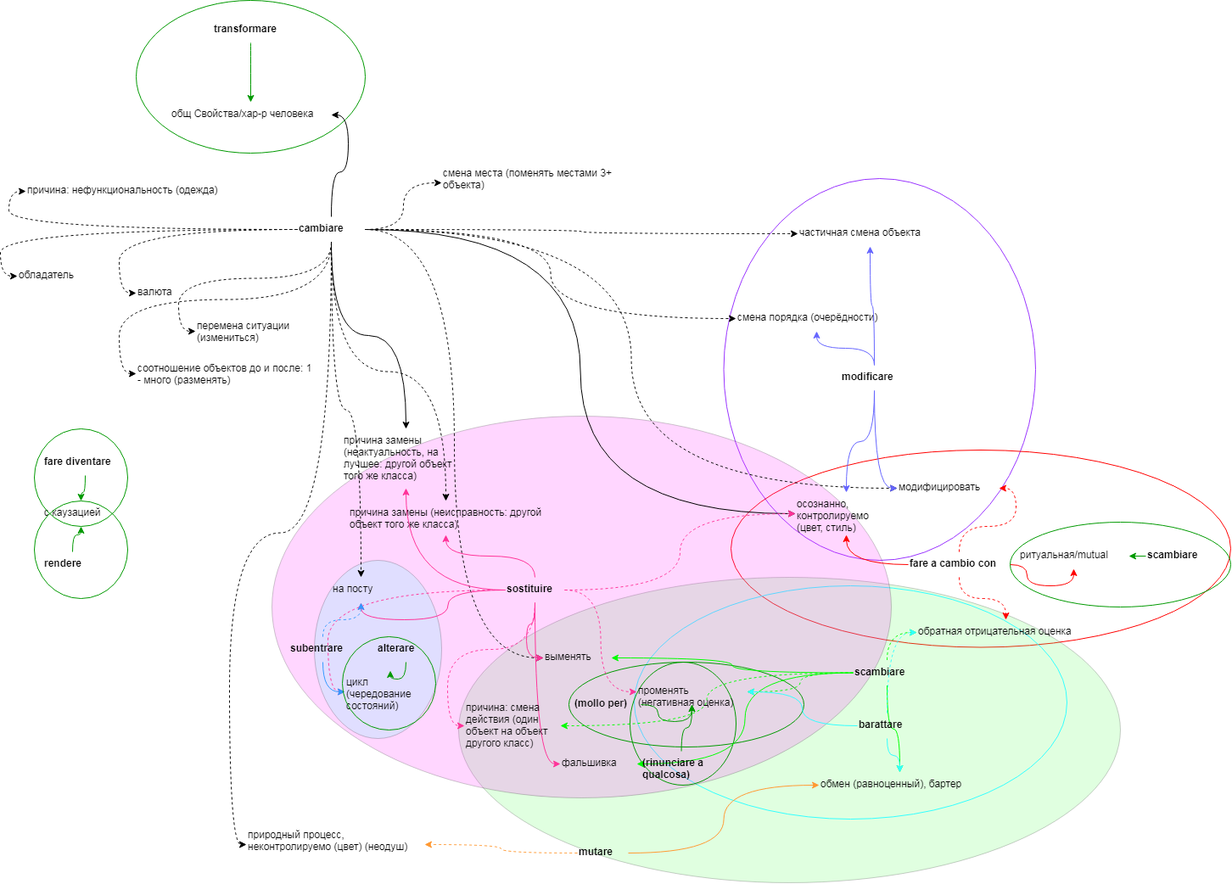
Earlier version of the draw.io export обмен333.png (JanaKoko/try). Source tidied: cells renumbered, new cells last; positions are measured from the earlier drawing's top-left corner, leaving out a move shared by most shapes.
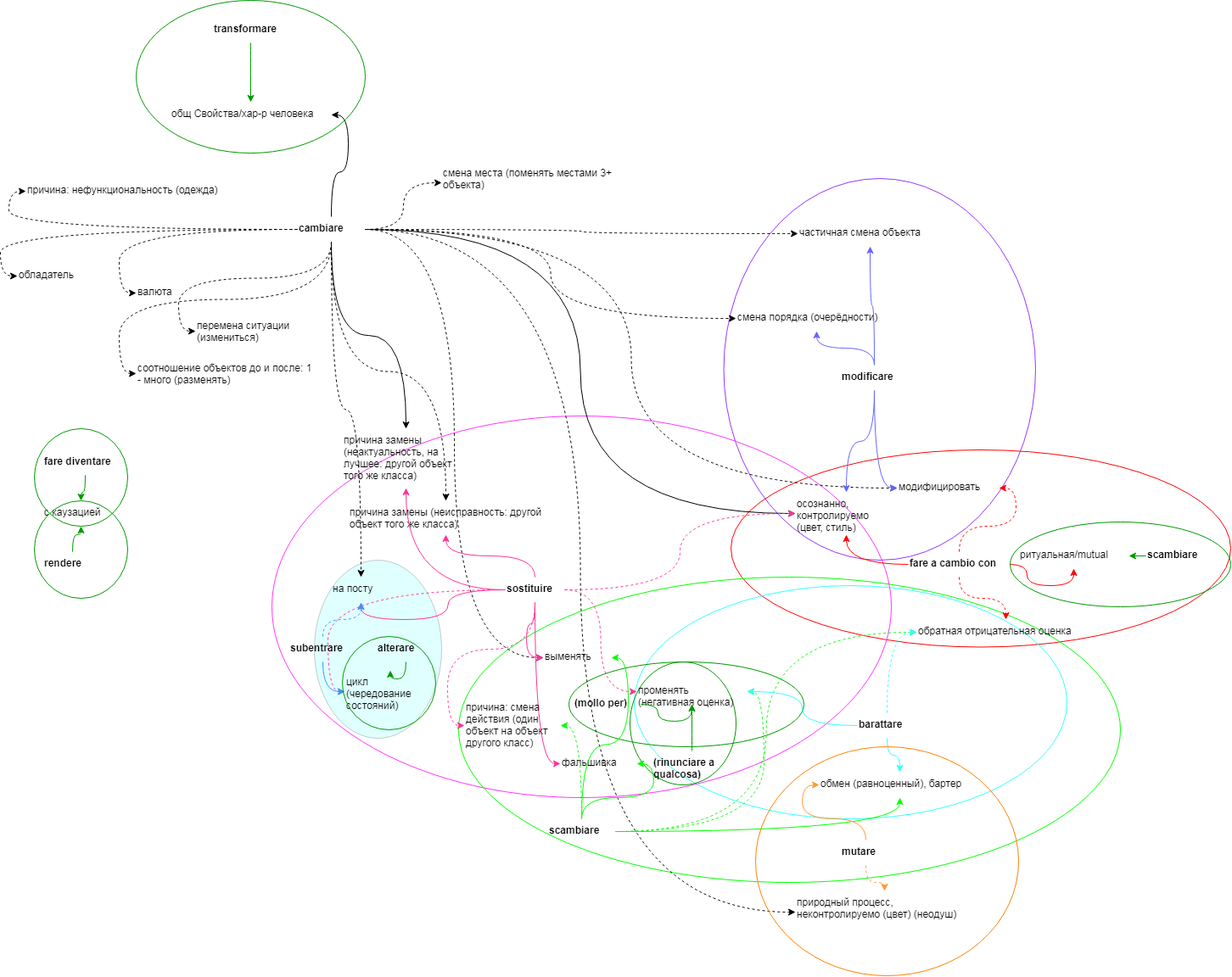
The same file after the commit.

What changed in the source:
```diff
@@ -8,13 +8,13 @@
     <mxCell id="3" style="ellipse;whiteSpace=wrap;html=1;strokeWidth=1;fillColor=none;strokeColor=#FF0000;" parent="1" vertex="1">
       <mxGeometry x="841" y="530" width="589" height="232.5" as="geometry" />
     </mxCell>
-    <mxCell id="4" style="ellipse;whiteSpace=wrap;html=1;opacity=20;fillColor=#66FF66;" parent="1" vertex="1">
+    <mxCell id="4" style="ellipse;whiteSpace=wrap;html=1;fillColor=none;strokeColor=#00FF00;" parent="1" vertex="1">
       <mxGeometry x="520" y="680" width="780" height="360" as="geometry" />
     </mxCell>
     <mxCell id="5" style="ellipse;whiteSpace=wrap;html=1;strokeWidth=1;fillColor=none;strokeColor=#33FFFF;" parent="1" vertex="1">
       <mxGeometry x="727" y="690" width="510" height="275" as="geometry" />
     </mxCell>
-    <mxCell id="6" style="ellipse;whiteSpace=wrap;html=1;fillColor=#FF33FF;opacity=20;" parent="1" vertex="1">
+    <mxCell id="6" style="ellipse;whiteSpace=wrap;html=1;fillColor=none;strokeColor=#FF33FF;" parent="1" vertex="1">
       <mxGeometry x="300" y="490" width="730" height="450" as="geometry" />
     </mxCell>
     <mxCell id="7" style="ellipse;whiteSpace=wrap;html=1;strokeColor=#009900;strokeWidth=1;fillColor=none;" parent="1" vertex="1">
@@ -87,7 +87,7 @@
       <mxGeometry x="917" y="580" width="120" height="50" as="geometry" />
     </mxCell>
     <mxCell id="30" value="природный процесс, неконтролируемо (цвет) (неодуш)" style="text;whiteSpace=wrap;html=1;" parent="1" vertex="1">
-      <mxGeometry x="270" y="970" width="210" height="50" as="geometry" />
+      <mxGeometry x="917" y="1050" width="210" height="50" as="geometry" />
     </mxCell>
     <mxCell id="31" value="обладатель" style="text;whiteSpace=wrap;html=1;" parent="1" vertex="1">
       <mxGeometry y="310" width="90" height="30" as="geometry" />
@@ -186,7 +186,7 @@
       <mxGeometry relative="1" as="geometry" />
     </mxCell>
     <mxCell id="63" value="scambiare" style="text;whiteSpace=wrap;html=1;fontStyle=1;" parent="1" vertex="1">
-      <mxGeometry x="985" y="777.5" width="80" height="30" as="geometry" />
+      <mxGeometry x="625" y="965" width="80" height="30" as="geometry" />
     </mxCell>
     <mxCell id="64" value="обмен (равноценный), бартер" style="text;whiteSpace=wrap;html=1;" parent="1" vertex="1">
       <mxGeometry x="945" y="910" width="190" height="30" as="geometry" />
@@ -246,7 +246,7 @@
       <mxGeometry relative="1" as="geometry" />
     </mxCell>
     <mxCell id="83" value="mutare" style="text;whiteSpace=wrap;html=1;fontStyle=1;" parent="1" vertex="1">
-      <mxGeometry x="660" y="990" width="60" height="30" as="geometry" />
+      <mxGeometry x="970" y="990" width="60" height="30" as="geometry" />
     </mxCell>
     <mxCell id="84" style="edgeStyle=orthogonalEdgeStyle;curved=1;rounded=0;jettySize=auto;html=1;entryX=0;entryY=0.5;entryDx=0;entryDy=0;strokeColor=#3399FF;" parent="1" edge="1" source="86" target="54">
       <mxGeometry relative="1" as="geometry" />
@@ -294,7 +294,7 @@
       <mxGeometry relative="1" as="geometry" />
     </mxCell>
     <mxCell id="99" value="(rinunciare a qualcosa)" style="text;whiteSpace=wrap;html=1;fontStyle=1;" parent="1" vertex="1">
-      <mxGeometry x="735" y="885" width="95" height="30" as="geometry" />
+      <mxGeometry x="747.5" y="885" width="95" height="30" as="geometry" />
     </mxCell>
     <mxCell id="100" style="edgeStyle=orthogonalEdgeStyle;curved=1;rounded=0;jettySize=auto;html=1;strokeColor=#009900;exitX=1;exitY=0.5;exitDx=0;exitDy=0;" parent="1" edge="1" source="101" target="56">
       <mxGeometry relative="1" as="geometry" />
@@ -317,5 +317,8 @@
     <mxCell id="106" style="ellipse;whiteSpace=wrap;html=1;strokeColor=#009900;strokeWidth=1;fillColor=none;" parent="1" vertex="1">
       <mxGeometry x="140" width="270" height="180" as="geometry" />
     </mxCell>
+    <mxCell id="107" style="ellipse;whiteSpace=wrap;html=1;strokeWidth=1;fillColor=none;strokeColor=#FF8000;" parent="1" vertex="1">
+      <mxGeometry x="870" y="880" width="310" height="270" as="geometry" />
+    </mxCell>
   </root>
 </mxGraphModel>
```
